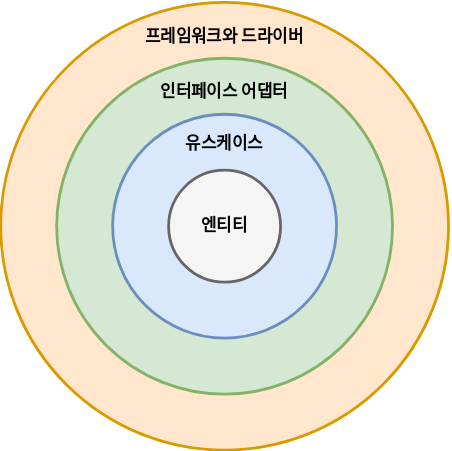
This is 22, 23, 24 장/1-diagram.svg from AlmSmartDoctor/study-2022-06-clean-architecture, a draw.io export, as it was before one commit. Source tidied: cells renumbered, new cells last; positions are measured from the earlier drawing's top-left corner, leaving out a move shared by most shapes.
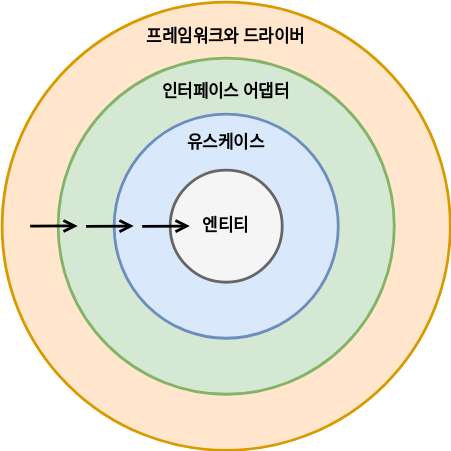
After the commit.

Diff of the diagram source:
```diff
@@ -14,5 +14,23 @@
     <mxCell id="5" value="&lt;b&gt;엔티티&lt;/b&gt;" style="ellipse;whiteSpace=wrap;html=1;fontFamily=Noto Sans KR;fontSource=https%3A%2F%2Ffonts.googleapis.com%2Fcss%3Ffamily%3DNoto%2BSans%2BKR;strokeWidth=2;fillColor=#f5f5f5;fontColor=#000000;strokeColor=#666666;" parent="1" vertex="1">
       <mxGeometry x="120" y="120" width="80" height="80" as="geometry" />
     </mxCell>
+    <mxCell id="6" style="endArrow=open;html=1;rounded=0;fontFamily=Noto Sans KR;fontSource=https%3A%2F%2Ffonts.googleapis.com%2Fcss%3Ffamily%3DNoto%2BSans%2BKR;fontColor=#000000;strokeColor=default;endFill=0;strokeWidth=2;" parent="1" edge="1">
+      <mxGeometry relative="1" as="geometry">
+        <mxPoint x="20" y="160" as="sourcePoint" />
+        <mxPoint x="54" y="159.8" as="targetPoint" />
+      </mxGeometry>
+    </mxCell>
+    <mxCell id="7" style="endArrow=open;html=1;rounded=0;fontFamily=Noto Sans KR;fontSource=https%3A%2F%2Ffonts.googleapis.com%2Fcss%3Ffamily%3DNoto%2BSans%2BKR;fontColor=#000000;strokeColor=default;endFill=0;strokeWidth=2;" parent="1" edge="1">
+      <mxGeometry relative="1" as="geometry">
+        <mxPoint x="60" y="160.1" as="sourcePoint" />
+        <mxPoint x="94" y="159.9" as="targetPoint" />
+      </mxGeometry>
+    </mxCell>
+    <mxCell id="8" style="endArrow=open;html=1;rounded=0;fontFamily=Noto Sans KR;fontSource=https%3A%2F%2Ffonts.googleapis.com%2Fcss%3Ffamily%3DNoto%2BSans%2BKR;fontColor=#000000;strokeColor=default;endFill=0;strokeWidth=2;" parent="1" edge="1">
+      <mxGeometry relative="1" as="geometry">
+        <mxPoint x="100" y="160.1" as="sourcePoint" />
+        <mxPoint x="134" y="159.9" as="targetPoint" />
+      </mxGeometry>
+    </mxCell>
   </root>
 </mxGraphModel>
```
